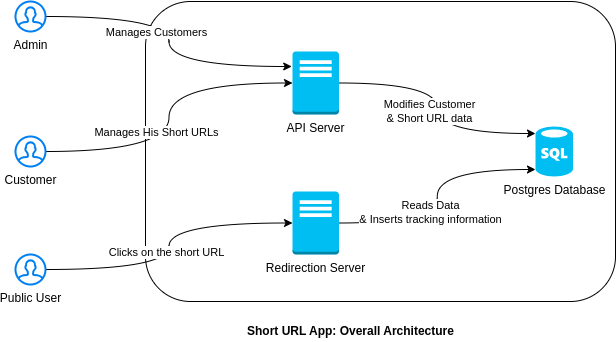
Above: docs/02_design/images/ArchitectureDiagrams.drawio.png in elbombardi/squrl (draw.io), before the change. Source tidied: cells renumbered, new cells last; positions are measured from the earlier drawing's top-left corner, leaving out a move shared by most shapes.
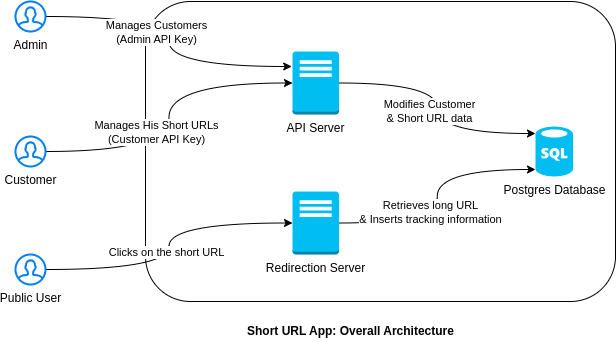
Above is the later version.

What changed in the source:
```diff
@@ -17,13 +17,13 @@
     <mxCell id="6" value="API Server" style="outlineConnect=0;dashed=0;verticalLabelPosition=bottom;verticalAlign=top;align=center;html=1;shape=mxgraph.aws3.traditional_server;fillColor=#00BEF2;strokeColor=#6c8ebf;" parent="1" vertex="1">
       <mxGeometry x="277" y="50" width="46.5" height="63" as="geometry" />
     </mxCell>
-    <mxCell id="7" value="Reads Data &lt;br&gt;&amp;amp; Inserts tracking information" style="rounded=0;jettySize=auto;html=1;exitX=1;exitY=0.5;exitDx=0;exitDy=0;exitPerimeter=0;entryX=0;entryY=0.86;entryDx=0;entryDy=0;entryPerimeter=0;edgeStyle=orthogonalEdgeStyle;curved=1;" parent="1" edge="1" source="8" target="4">
+    <mxCell id="7" value="Retrieves long URL&lt;br&gt;&amp;amp; Inserts tracking information" style="rounded=0;jettySize=auto;html=1;exitX=1;exitY=0.5;exitDx=0;exitDy=0;exitPerimeter=0;entryX=0;entryY=0.86;entryDx=0;entryDy=0;entryPerimeter=0;edgeStyle=orthogonalEdgeStyle;curved=1;" parent="1" edge="1" source="8" target="4">
       <mxGeometry x="-0.13" y="7" relative="1" as="geometry" />
     </mxCell>
     <mxCell id="8" value="Redirection Server" style="outlineConnect=0;dashed=0;verticalLabelPosition=bottom;verticalAlign=top;align=center;html=1;shape=mxgraph.aws3.traditional_server;fillColor=#00BEF2;gradientColor=none;" parent="1" vertex="1">
       <mxGeometry x="277" y="190" width="46.5" height="63" as="geometry" />
     </mxCell>
-    <mxCell id="9" value="Manages Customers" style="edgeStyle=orthogonalEdgeStyle;rounded=0;jettySize=auto;html=1;entryX=-0.017;entryY=0.238;entryDx=0;entryDy=0;entryPerimeter=0;curved=1;" parent="1" edge="1" source="10" target="6">
+    <mxCell id="9" value="Manages Customers&lt;br&gt;(Admin API Key)" style="edgeStyle=orthogonalEdgeStyle;rounded=0;jettySize=auto;html=1;entryX=-0.017;entryY=0.238;entryDx=0;entryDy=0;entryPerimeter=0;curved=1;" parent="1" edge="1" source="10" target="6">
       <mxGeometry x="-0.06" y="-13" relative="1" as="geometry">
         <mxPoint y="1" as="offset" />
       </mxGeometry>
@@ -31,7 +31,7 @@
     <mxCell id="10" value="Admin" style="html=1;verticalLabelPosition=bottom;align=center;labelBackgroundColor=#ffffff;verticalAlign=top;strokeWidth=2;strokeColor=#0080F0;shadow=0;dashed=0;shape=mxgraph.ios7.icons.user;" parent="1" vertex="1">
       <mxGeometry width="30" height="30" as="geometry" />
     </mxCell>
-    <mxCell id="11" value="Manages His Short URLs" style="edgeStyle=orthogonalEdgeStyle;rounded=0;jettySize=auto;html=1;entryX=0;entryY=0.5;entryDx=0;entryDy=0;entryPerimeter=0;curved=1;" parent="1" edge="1" source="12" target="6">
+    <mxCell id="11" value="Manages His Short URLs&lt;br&gt;(Customer API Key)" style="edgeStyle=orthogonalEdgeStyle;rounded=0;jettySize=auto;html=1;entryX=0;entryY=0.5;entryDx=0;entryDy=0;entryPerimeter=0;curved=1;" parent="1" edge="1" source="12" target="6">
       <mxGeometry x="-0.09" y="14" relative="1" as="geometry">
         <mxPoint x="1" y="1" as="offset" />
       </mxGeometry>
```
